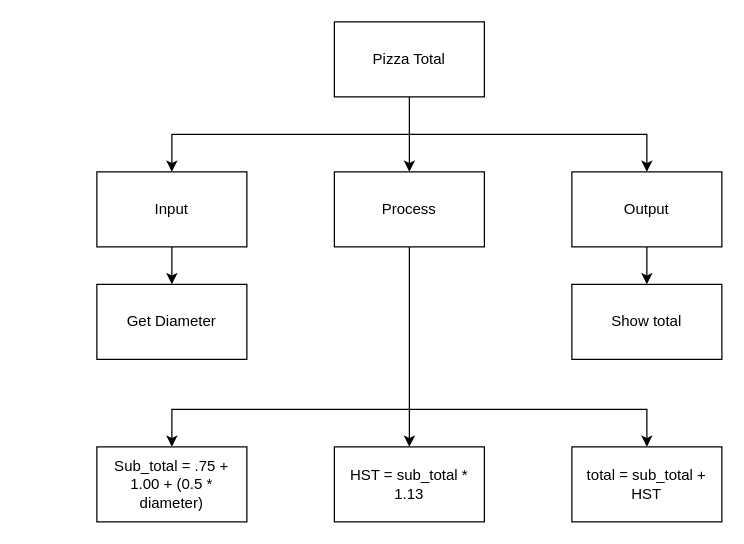
The draw.io diagram topdown.drawio in Peter-Gemmell/ICS3U-Unit3-01-Python, before the edit. Source tidied: cells renumbered, new cells numbered last; positions are measured from the earlier drawing's top-left corner, leaving out a move shared by most shapes. Both pictures are drawn from the tidied source at 125%, with x=0, y=0 at pixel (96, 21).
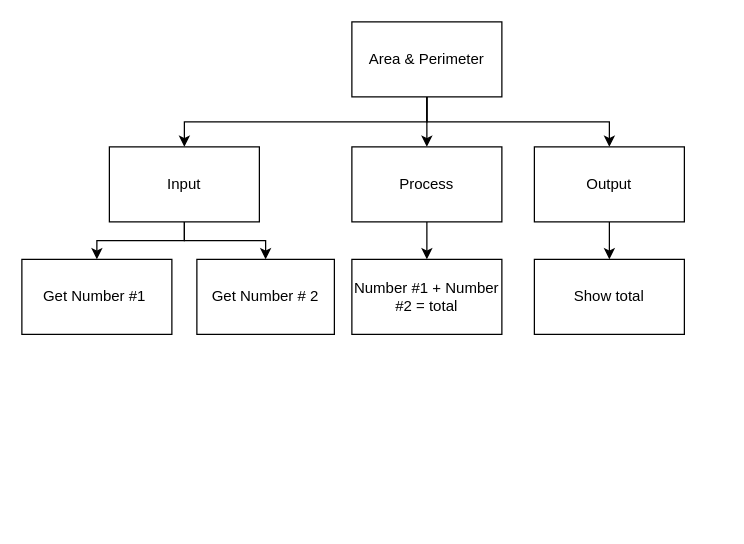
Above is the later version.

The edit, as a diff of the source:
```diff
@@
-    <mxCell id="2" style="edgeStyle=none;html=1;exitX=0.5;exitY=1;exitDx=0;exitDy=0;" parent="1" edge="1" source="5" target="11">
-      <mxGeometry relative="1" as="geometry">
-        <Array as="points">
-          <mxPoint x="250" y="90" />
-        </Array>
-      </mxGeometry>
-    </mxCell>
-    <mxCell id="3" style="edgeStyle=none;html=1;entryX=0.5;entryY=0;entryDx=0;entryDy=0;rounded=0;" parent="1" edge="1" target="13">
-      <mxGeometry relative="1" as="geometry">
-        <mxPoint x="250" y="90" as="sourcePoint" />
-        <Array as="points">
-          <mxPoint x="440" y="90" />
-        </Array>
-      </mxGeometry>
-    </mxCell>
-    <mxCell id="4" style="edgeStyle=none;rounded=0;html=1;entryX=0.5;entryY=0;entryDx=0;entryDy=0;" parent="1" edge="1" target="7">
-      <mxGeometry relative="1" as="geometry">
-        <mxPoint x="250" y="90" as="sourcePoint" />
-        <Array as="points">
-          <mxPoint x="60" y="90" />
-        </Array>
-      </mxGeometry>
-    </mxCell>
-    <mxCell id="5" value="Pizza Total" style="rounded=0;whiteSpace=wrap;html=1;" parent="1" vertex="1">
-      <mxGeometry x="190" width="120" height="60" as="geometry" />
-    </mxCell>
-    <mxCell id="6" style="edgeStyle=none;rounded=0;html=1;" parent="1" edge="1" source="7" target="14">
-      <mxGeometry relative="1" as="geometry" />
-    </mxCell>
+    <mxCell id="19" style="edgeStyle=none;html=1;" parent="1" edge="1" source="22" target="11">
+      <mxGeometry relative="1" as="geometry" />
+    </mxCell>
+    <mxCell id="20" style="edgeStyle=orthogonalEdgeStyle;html=1;rounded=0;" parent="1" edge="1" source="22" target="7">
+      <mxGeometry relative="1" as="geometry">
+        <Array as="points">
+          <mxPoint x="264" y="80" />
+        </Array>
+      </mxGeometry>
+    </mxCell>
+    <mxCell id="21" style="edgeStyle=orthogonalEdgeStyle;html=1;rounded=0;entryX=0.5;entryY=0;entryDx=0;entryDy=0;" parent="1" edge="1" source="22" target="13">
+      <mxGeometry relative="1" as="geometry">
+        <Array as="points">
+          <mxPoint x="264" y="80" />
+          <mxPoint x="410" y="80" />
+        </Array>
+      </mxGeometry>
+    </mxCell>
+    <mxCell id="22" value="Area &amp;amp; Perimeter" style="rounded=0;whiteSpace=wrap;html=1;" parent="1" vertex="1">
+      <mxGeometry x="204" width="120" height="60" as="geometry" />
+    </mxCell>
+    <mxCell id="23" style="edgeStyle=none;rounded=0;html=1;" parent="1" edge="1" source="11" target="28">
+      <mxGeometry relative="1" as="geometry" />
+    </mxCell>
+    <mxCell id="11" value="Process" style="rounded=0;whiteSpace=wrap;html=1;" parent="1" vertex="1">
+      <mxGeometry x="204" y="100" width="120" height="60" as="geometry" />
+    </mxCell>
+    <mxCell id="24" style="edgeStyle=orthogonalEdgeStyle;html=1;entryX=0.5;entryY=0;entryDx=0;entryDy=0;rounded=0;" parent="1" edge="1" source="7" target="26">
+      <mxGeometry relative="1" as="geometry" />
+    </mxCell>
+    <mxCell id="25" style="edgeStyle=orthogonalEdgeStyle;html=1;entryX=0.5;entryY=0;entryDx=0;entryDy=0;rounded=0;" parent="1" edge="1" source="7" target="27">
+      <mxGeometry relative="1" as="geometry" />
+    </mxCell>
     <mxCell id="7" value="Input" style="rounded=0;whiteSpace=wrap;html=1;" parent="1" vertex="1">
-      <mxGeometry y="120" width="120" height="60" as="geometry" />
+      <mxGeometry x="10" y="100" width="120" height="60" as="geometry" />
     </mxCell>
-    <mxCell id="8" style="edgeStyle=none;rounded=0;html=1;" parent="1" edge="1" source="11" target="16">
-      <mxGeometry relative="1" as="geometry" />
-    </mxCell>
-    <mxCell id="9" style="edgeStyle=none;rounded=0;html=1;entryX=0.5;entryY=0;entryDx=0;entryDy=0;" parent="1" edge="1" target="18">
-      <mxGeometry relative="1" as="geometry">
-        <mxPoint x="250" y="310" as="sourcePoint" />
-        <Array as="points">
-          <mxPoint x="440" y="310" />
-        </Array>
-      </mxGeometry>
-    </mxCell>
-    <mxCell id="10" style="edgeStyle=none;rounded=0;html=1;entryX=0.5;entryY=0;entryDx=0;entryDy=0;" parent="1" edge="1" target="17">
-      <mxGeometry relative="1" as="geometry">
-        <mxPoint x="250" y="310" as="sourcePoint" />
-        <Array as="points">
-          <mxPoint x="60" y="310" />
-        </Array>
-      </mxGeometry>
-    </mxCell>
-    <mxCell id="11" value="Process" style="rounded=0;whiteSpace=wrap;html=1;" parent="1" vertex="1">
-      <mxGeometry x="190" y="120" width="120" height="60" as="geometry" />
-    </mxCell>
-    <mxCell id="12" style="edgeStyle=none;rounded=0;html=1;" parent="1" edge="1" source="13" target="15">
+    <mxCell id="12" style="edgeStyle=orthogonalEdgeStyle;html=1;rounded=0;" parent="1" edge="1" source="13" target="15">
       <mxGeometry relative="1" as="geometry" />
     </mxCell>
     <mxCell id="13" value="Output" style="rounded=0;whiteSpace=wrap;html=1;" parent="1" vertex="1">
-      <mxGeometry x="380" y="120" width="120" height="60" as="geometry" />
+      <mxGeometry x="350" y="100" width="120" height="60" as="geometry" />
     </mxCell>
-    <mxCell id="14" value="Get Diameter" style="rounded=0;whiteSpace=wrap;html=1;" parent="1" vertex="1">
-      <mxGeometry y="210" width="120" height="60" as="geometry" />
-    </mxCell>
+    <mxCell id="26" value="Get Number #1&amp;nbsp;" style="rounded=0;whiteSpace=wrap;html=1;" parent="1" vertex="1">
+      <mxGeometry x="-60" y="190" width="120" height="60" as="geometry" />
+    </mxCell>
+    <mxCell id="27" value="Get Number # 2" style="rounded=0;whiteSpace=wrap;html=1;" parent="1" vertex="1">
+      <mxGeometry x="80" y="190" width="110" height="60" as="geometry" />
+    </mxCell>
     <mxCell id="15" value="Show total" style="rounded=0;whiteSpace=wrap;html=1;" parent="1" vertex="1">
-      <mxGeometry x="380" y="210" width="120" height="60" as="geometry" />
+      <mxGeometry x="350" y="190" width="120" height="60" as="geometry" />
     </mxCell>
-    <mxCell id="16" value="HST = sub_total * 1.13" style="rounded=0;whiteSpace=wrap;html=1;" parent="1" vertex="1">
-      <mxGeometry x="190" y="340" width="120" height="60" as="geometry" />
-    </mxCell>
-    <mxCell id="17" value="Sub_total = .75 + 1.00 + (0.5 * diameter)" style="rounded=0;whiteSpace=wrap;html=1;" parent="1" vertex="1">
-      <mxGeometry y="340" width="120" height="60" as="geometry" />
-    </mxCell>
-    <mxCell id="18" value="total = sub_total + HST" style="rounded=0;whiteSpace=wrap;html=1;" parent="1" vertex="1">
-      <mxGeometry x="380" y="340" width="120" height="60" as="geometry" />
-    </mxCell>
+    <mxCell id="28" value="Number #1 + Number #2 = total" style="rounded=0;whiteSpace=wrap;html=1;" parent="1" vertex="1">
+      <mxGeometry x="204" y="190" width="120" height="60" as="geometry" />
+    </mxCell>
```
